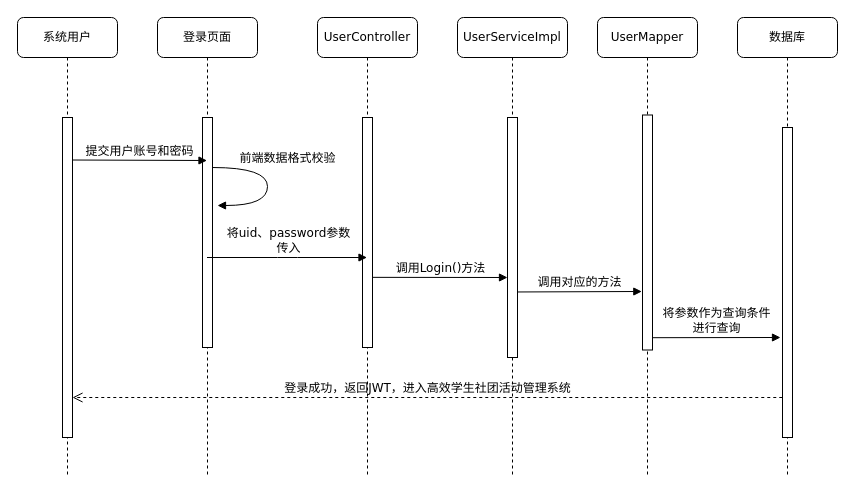
Before: 时序图.drawio in Gonod20s/Voice-Controlled-Robot, a draw.io diagram. Source tidied: cells renumbered, new cells numbered last; positions are measured from the earlier drawing's top-left corner, leaving out a move shared by most shapes. Both pictures are drawn from the tidied source at 100%, with x=0, y=0 at pixel (17, 17).
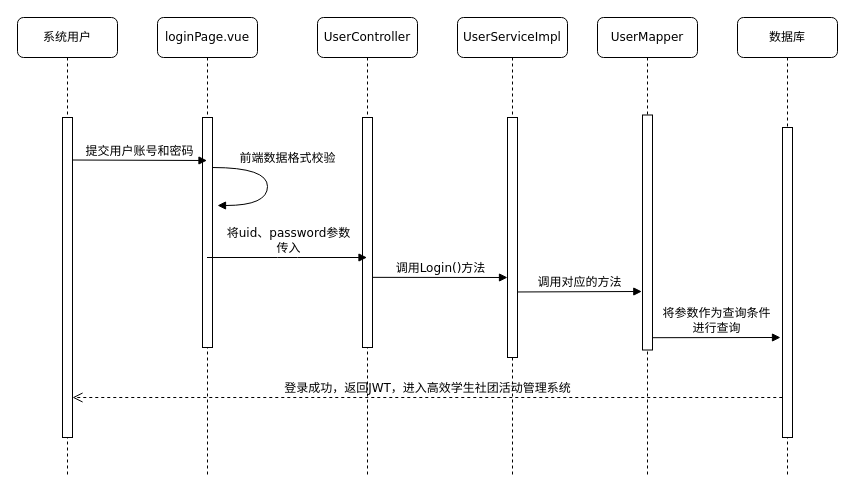
The same page after the edit.

Commit message:
更新时序图.drawio

Diff of the diagram source:
```diff
@@
-    <mxCell id="2" value="登录页面" style="shape=umlLifeline;perimeter=lifelinePerimeter;whiteSpace=wrap;html=1;outlineConnect=0;rounded=1;shadow=0;comic=0;labelBackgroundColor=none;strokeWidth=1;fontFamily=Verdana;fontSize=12;align=center;" parent="1" vertex="1">
+    <mxCell id="2" value="loginPage.vue" style="shape=umlLifeline;perimeter=lifelinePerimeter;whiteSpace=wrap;html=1;outlineConnect=0;rounded=1;shadow=0;comic=0;labelBackgroundColor=none;strokeWidth=1;fontFamily=Verdana;fontSize=12;align=center;" parent="1" vertex="1">
       <mxGeometry x="140" width="100" height="460" as="geometry" />
     </mxCell>
```
